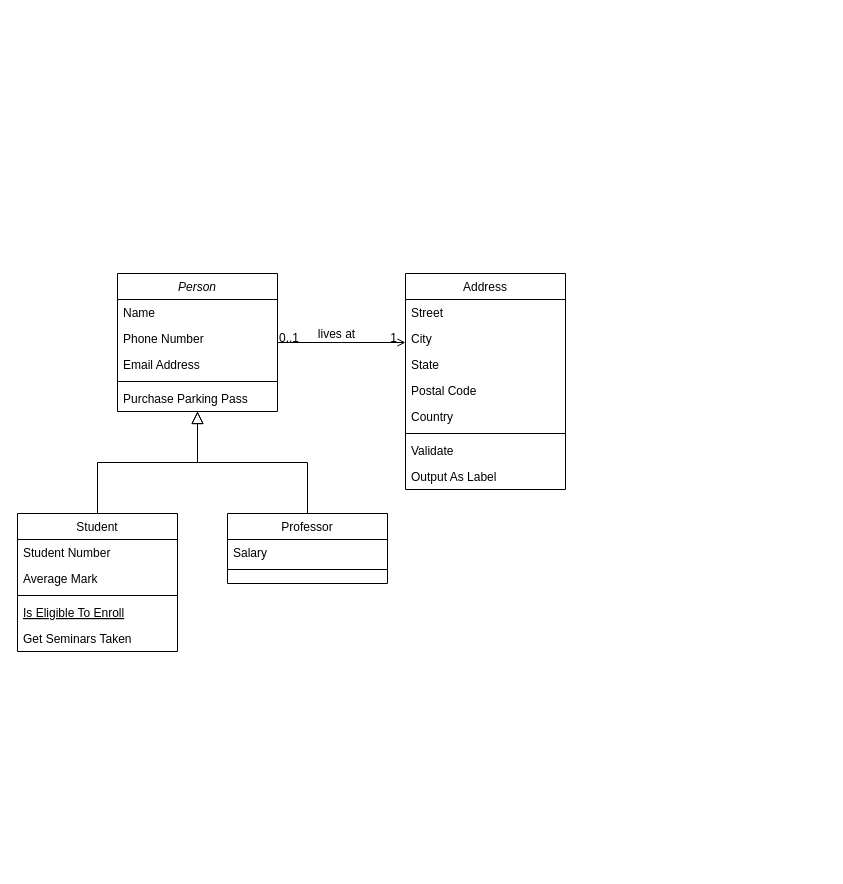
This is Diagrama sem nome.drawio from Ninguem2k/P1-Nextjs-React, a draw.io file, before an edit. Source tidied: cells renumbered, new cells numbered last; positions are measured from the earlier drawing's top-left corner, leaving out a move shared by most shapes. Both pictures are drawn from the tidied source at 100%, with x=0, y=0 at pixel (17, 273).
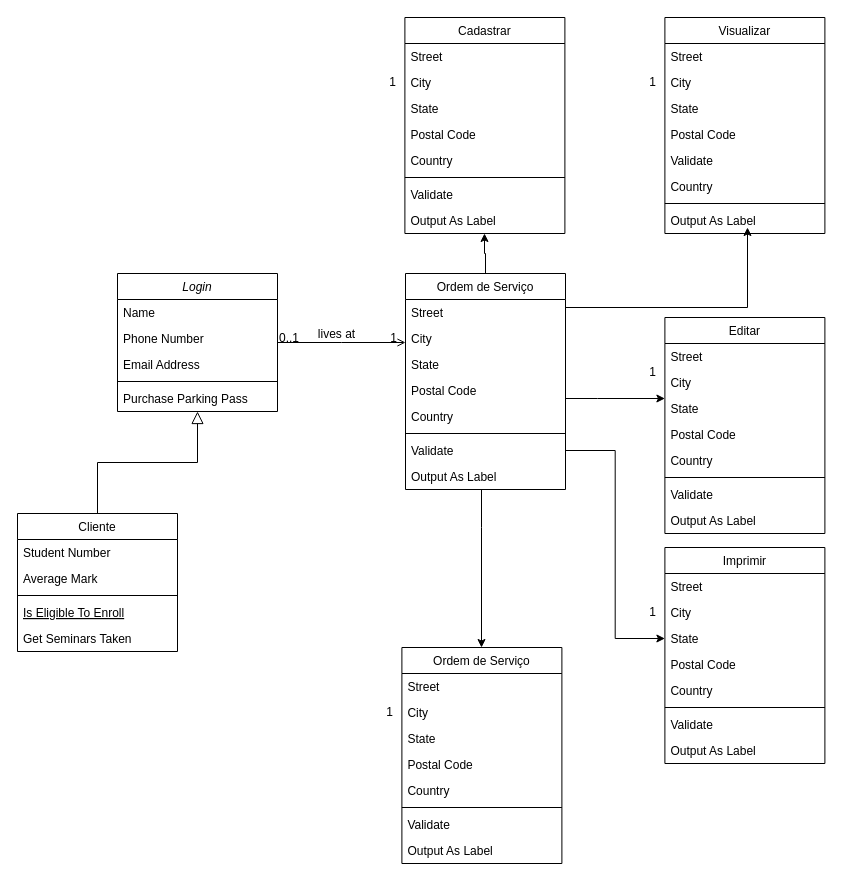
After the change.

The change refers to these unchanged cells:
```xml
<mxCell id="20" value="Street" style="text;align=left;verticalAlign=top;spacingLeft=4;spacingRight=4;overflow=hidden;points=[[0,0.5],[1,0.5]];portConstraint=eastwest;" parent="19" vertex="1">
  <mxGeometry y="26" width="160" height="26" as="geometry" />
</mxCell>
<mxCell id="23" value="Postal Code" style="text;align=left;verticalAlign=top;spacingLeft=4;spacingRight=4;overflow=hidden;points=[[0,0.5],[1,0.5]];portConstraint=eastwest;rounded=0;shadow=0;html=0;" parent="19" vertex="1">
  <mxGeometry y="104" width="160" height="26" as="geometry" />
</mxCell>
<mxCell id="26" value="Validate" style="text;align=left;verticalAlign=top;spacingLeft=4;spacingRight=4;overflow=hidden;points=[[0,0.5],[1,0.5]];portConstraint=eastwest;" parent="19" vertex="1">
  <mxGeometry y="164" width="160" height="26" as="geometry" />
</mxCell>
<mxCell id="27" value="Output As Label" style="text;align=left;verticalAlign=top;spacingLeft=4;spacingRight=4;overflow=hidden;points=[[0,0.5],[1,0.5]];portConstraint=eastwest;" parent="19" vertex="1">
  <mxGeometry y="190" width="160" height="26" as="geometry" />
</mxCell>
```

The edit, as a diff of the source:
```diff
@@
-    <mxCell id="2" value="Person" style="swimlane;fontStyle=2;align=center;verticalAlign=top;horizontal=1;startSize=26;rounded=0;shadow=0;strokeWidth=1;" parent="1" vertex="1">
+    <mxCell id="2" value="Login" style="swimlane;fontStyle=2;align=center;verticalAlign=top;horizontal=1;startSize=26;rounded=0;shadow=0;strokeWidth=1;" parent="1" vertex="1">
       <mxGeometry x="100" width="160" height="138" as="geometry" />
     </mxCell>
@@
-    <mxCell id="8" value="Student" style="swimlane;fontStyle=0;align=center;verticalAlign=top;horizontal=1;startSize=26;rounded=0;shadow=0;strokeWidth=1;" parent="1" vertex="1">
+    <mxCell id="8" value="Cliente" style="swimlane;fontStyle=0;align=center;verticalAlign=top;horizontal=1;startSize=26;rounded=0;shadow=0;strokeWidth=1;" parent="1" vertex="1">
       <mxGeometry y="240" width="160" height="138" as="geometry" />
     </mxCell>
@@
-    <mxCell id="15" value="Professor" style="swimlane;fontStyle=0;align=center;verticalAlign=top;horizontal=1;startSize=26;rounded=0;shadow=0;strokeWidth=1;" parent="1" vertex="1">
-      <mxGeometry x="210" y="240" width="160" height="70" as="geometry" />
-    </mxCell>
-    <mxCell id="16" value="Salary" style="text;align=left;verticalAlign=top;spacingLeft=4;spacingRight=4;overflow=hidden;" parent="15" vertex="1">
-      <mxGeometry y="26" width="160" height="26" as="geometry" />
-    </mxCell>
-    <mxCell id="17" style="line;html=1;strokeWidth=1;align=left;verticalAlign=middle;spacingTop=-1;spacingLeft=3;spacingRight=3;labelPosition=right;" parent="15" vertex="1">
-      <mxGeometry y="52" width="160" height="8" as="geometry" />
-    </mxCell>
-    <mxCell id="18" style="endArrow=block;endSize=10;endFill=0;shadow=0;strokeWidth=1;rounded=0;edgeStyle=elbowEdgeStyle;elbow=vertical;" parent="1" edge="1" source="15" target="2">
-      <mxGeometry relative="1" as="geometry" />
-    </mxCell>
+    <mxCell id="32" style="edgeStyle=orthogonalEdgeStyle;rounded=0;jettySize=auto;html=1;" parent="1" edge="1" source="19" target="71">
+      <mxGeometry relative="1" as="geometry">
+        <Array as="points">
+          <mxPoint x="468" y="-20" />
+          <mxPoint x="467" y="-20" />
+        </Array>
+      </mxGeometry>
+    </mxCell>
-    <mxCell id="19" value="Address" style="swimlane;fontStyle=0;align=center;verticalAlign=top;horizontal=1;startSize=26;rounded=0;shadow=0;strokeWidth=1;" parent="1" vertex="1">
+    <mxCell id="19" value="Ordem de Serviço" style="swimlane;fontStyle=0;align=center;verticalAlign=top;horizontal=1;startSize=26;rounded=0;shadow=0;strokeWidth=1;" parent="1" vertex="1">
       <mxGeometry x="388" width="160" height="216" as="geometry" />
     </mxCell>
@@
+    <mxCell id="33" value="Visualizar" style="swimlane;fontStyle=0;align=center;verticalAlign=top;horizontal=1;startSize=26;rounded=0;shadow=0;strokeWidth=1;" parent="1" vertex="1">
+      <mxGeometry x="647.4" y="-256" width="160" height="216" as="geometry" />
+    </mxCell>
+    <mxCell id="34" value="Street" style="text;align=left;verticalAlign=top;spacingLeft=4;spacingRight=4;overflow=hidden;" parent="33" vertex="1">
+      <mxGeometry y="26" width="160" height="26" as="geometry" />
+    </mxCell>
+    <mxCell id="35" value="City" style="text;align=left;verticalAlign=top;spacingLeft=4;spacingRight=4;overflow=hidden;rounded=0;shadow=0;html=0;" parent="33" vertex="1">
+      <mxGeometry y="52" width="160" height="26" as="geometry" />
+    </mxCell>
+    <mxCell id="36" value="State" style="text;align=left;verticalAlign=top;spacingLeft=4;spacingRight=4;overflow=hidden;rounded=0;shadow=0;html=0;" parent="33" vertex="1">
+      <mxGeometry y="78" width="160" height="26" as="geometry" />
+    </mxCell>
+    <mxCell id="37" value="Postal Code" style="text;align=left;verticalAlign=top;spacingLeft=4;spacingRight=4;overflow=hidden;rounded=0;shadow=0;html=0;" parent="33" vertex="1">
+      <mxGeometry y="104" width="160" height="26" as="geometry" />
+    </mxCell>
+    <mxCell id="38" value="Validate" style="text;align=left;verticalAlign=top;spacingLeft=4;spacingRight=4;overflow=hidden;" parent="33" vertex="1">
+      <mxGeometry y="130" width="160" height="26" as="geometry" />
+    </mxCell>
+    <mxCell id="39" value="Country" style="text;align=left;verticalAlign=top;spacingLeft=4;spacingRight=4;overflow=hidden;rounded=0;shadow=0;html=0;" parent="33" vertex="1">
+      <mxGeometry y="156" width="160" height="26" as="geometry" />
+    </mxCell>
+    <mxCell id="40" style="line;html=1;strokeWidth=1;align=left;verticalAlign=middle;spacingTop=-1;spacingLeft=3;spacingRight=3;labelPosition=right;" parent="33" vertex="1">
+      <mxGeometry y="182" width="160" height="8" as="geometry" />
+    </mxCell>
+    <mxCell id="41" value="Output As Label" style="text;align=left;verticalAlign=top;spacingLeft=4;spacingRight=4;overflow=hidden;" parent="33" vertex="1">
+      <mxGeometry y="190" width="160" height="26" as="geometry" />
+    </mxCell>
+    <mxCell id="42" value="1" style="align=right;verticalAlign=bottom;labelBackgroundColor=none;fontSize=12;" parent="1" vertex="1">
+      <mxGeometry x="640" y="-183" as="geometry" />
+    </mxCell>
+    <mxCell id="43" value="Editar" style="swimlane;fontStyle=0;align=center;verticalAlign=top;horizontal=1;startSize=26;rounded=0;shadow=0;strokeWidth=1;" parent="1" vertex="1">
+      <mxGeometry x="647.4" y="44" width="160" height="216" as="geometry" />
+    </mxCell>
+    <mxCell id="44" value="Street" style="text;align=left;verticalAlign=top;spacingLeft=4;spacingRight=4;overflow=hidden;" parent="43" vertex="1">
+      <mxGeometry y="26" width="160" height="26" as="geometry" />
+    </mxCell>
+    <mxCell id="45" value="City" style="text;align=left;verticalAlign=top;spacingLeft=4;spacingRight=4;overflow=hidden;rounded=0;shadow=0;html=0;" parent="43" vertex="1">
+      <mxGeometry y="52" width="160" height="26" as="geometry" />
+    </mxCell>
+    <mxCell id="46" value="State" style="text;align=left;verticalAlign=top;spacingLeft=4;spacingRight=4;overflow=hidden;points=[[0,0.5],[1,0.5]];portConstraint=eastwest;rounded=0;shadow=0;html=0;" parent="43" vertex="1">
+      <mxGeometry y="78" width="160" height="26" as="geometry" />
+    </mxCell>
+    <mxCell id="47" value="Postal Code" style="text;align=left;verticalAlign=top;spacingLeft=4;spacingRight=4;overflow=hidden;rounded=0;shadow=0;html=0;" parent="43" vertex="1">
+      <mxGeometry y="104" width="160" height="26" as="geometry" />
+    </mxCell>
+    <mxCell id="48" value="Country" style="text;align=left;verticalAlign=top;spacingLeft=4;spacingRight=4;overflow=hidden;rounded=0;shadow=0;html=0;" parent="43" vertex="1">
+      <mxGeometry y="130" width="160" height="26" as="geometry" />
+    </mxCell>
+    <mxCell id="49" style="line;html=1;strokeWidth=1;align=left;verticalAlign=middle;spacingTop=-1;spacingLeft=3;spacingRight=3;labelPosition=right;" parent="43" vertex="1">
+      <mxGeometry y="156" width="160" height="8" as="geometry" />
+    </mxCell>
+    <mxCell id="50" value="Validate" style="text;align=left;verticalAlign=top;spacingLeft=4;spacingRight=4;overflow=hidden;" parent="43" vertex="1">
+      <mxGeometry y="164" width="160" height="26" as="geometry" />
+    </mxCell>
+    <mxCell id="51" value="Output As Label" style="text;align=left;verticalAlign=top;spacingLeft=4;spacingRight=4;overflow=hidden;" parent="43" vertex="1">
+      <mxGeometry y="190" width="160" height="26" as="geometry" />
+    </mxCell>
+    <mxCell id="52" value="1" style="align=right;verticalAlign=bottom;labelBackgroundColor=none;fontSize=12;" parent="1" vertex="1">
+      <mxGeometry x="640" y="107" as="geometry" />
+    </mxCell>
+    <mxCell id="53" value="Imprimir" style="swimlane;fontStyle=0;align=center;verticalAlign=top;horizontal=1;startSize=26;rounded=0;shadow=0;strokeWidth=1;" parent="1" vertex="1">
+      <mxGeometry x="647.4" y="274" width="160" height="216" as="geometry" />
+    </mxCell>
+    <mxCell id="54" value="Street" style="text;align=left;verticalAlign=top;spacingLeft=4;spacingRight=4;overflow=hidden;" parent="53" vertex="1">
+      <mxGeometry y="26" width="160" height="26" as="geometry" />
+    </mxCell>
+    <mxCell id="55" value="City" style="text;align=left;verticalAlign=top;spacingLeft=4;spacingRight=4;overflow=hidden;rounded=0;shadow=0;html=0;" parent="53" vertex="1">
+      <mxGeometry y="52" width="160" height="26" as="geometry" />
+    </mxCell>
+    <mxCell id="56" value="State" style="text;align=left;verticalAlign=top;spacingLeft=4;spacingRight=4;overflow=hidden;points=[[0,0.5],[1,0.5]];portConstraint=eastwest;rounded=0;shadow=0;html=0;" parent="53" vertex="1">
+      <mxGeometry y="78" width="160" height="26" as="geometry" />
+    </mxCell>
+    <mxCell id="57" value="Postal Code" style="text;align=left;verticalAlign=top;spacingLeft=4;spacingRight=4;overflow=hidden;rounded=0;shadow=0;html=0;" parent="53" vertex="1">
+      <mxGeometry y="104" width="160" height="26" as="geometry" />
+    </mxCell>
+    <mxCell id="58" value="Country" style="text;align=left;verticalAlign=top;spacingLeft=4;spacingRight=4;overflow=hidden;rounded=0;shadow=0;html=0;" parent="53" vertex="1">
+      <mxGeometry y="130" width="160" height="26" as="geometry" />
+    </mxCell>
+    <mxCell id="59" style="line;html=1;strokeWidth=1;align=left;verticalAlign=middle;spacingTop=-1;spacingLeft=3;spacingRight=3;labelPosition=right;" parent="53" vertex="1">
+      <mxGeometry y="156" width="160" height="8" as="geometry" />
+    </mxCell>
+    <mxCell id="60" value="Validate" style="text;align=left;verticalAlign=top;spacingLeft=4;spacingRight=4;overflow=hidden;" parent="53" vertex="1">
+      <mxGeometry y="164" width="160" height="26" as="geometry" />
+    </mxCell>
+    <mxCell id="61" value="Output As Label" style="text;align=left;verticalAlign=top;spacingLeft=4;spacingRight=4;overflow=hidden;" parent="53" vertex="1">
+      <mxGeometry y="190" width="160" height="26" as="geometry" />
+    </mxCell>
+    <mxCell id="62" value="1" style="align=right;verticalAlign=bottom;labelBackgroundColor=none;fontSize=12;" parent="1" vertex="1">
+      <mxGeometry x="640" y="347" as="geometry" />
+    </mxCell>
+    <mxCell id="63" value="Cadastrar" style="swimlane;fontStyle=0;align=center;verticalAlign=top;horizontal=1;startSize=26;rounded=0;shadow=0;strokeWidth=1;" parent="1" vertex="1">
+      <mxGeometry x="387.4" y="-256" width="160" height="216" as="geometry" />
+    </mxCell>
+    <mxCell id="64" value="Street" style="text;align=left;verticalAlign=top;spacingLeft=4;spacingRight=4;overflow=hidden;" parent="63" vertex="1">
+      <mxGeometry y="26" width="160" height="26" as="geometry" />
+    </mxCell>
+    <mxCell id="65" value="City" style="text;align=left;verticalAlign=top;spacingLeft=4;spacingRight=4;overflow=hidden;rounded=0;shadow=0;html=0;" parent="63" vertex="1">
+      <mxGeometry y="52" width="160" height="26" as="geometry" />
+    </mxCell>
+    <mxCell id="66" value="State" style="text;align=left;verticalAlign=top;spacingLeft=4;spacingRight=4;overflow=hidden;rounded=0;shadow=0;html=0;" parent="63" vertex="1">
+      <mxGeometry y="78" width="160" height="26" as="geometry" />
+    </mxCell>
+    <mxCell id="67" value="Postal Code" style="text;align=left;verticalAlign=top;spacingLeft=4;spacingRight=4;overflow=hidden;rounded=0;shadow=0;html=0;" parent="63" vertex="1">
+      <mxGeometry y="104" width="160" height="26" as="geometry" />
+    </mxCell>
+    <mxCell id="68" value="Country" style="text;align=left;verticalAlign=top;spacingLeft=4;spacingRight=4;overflow=hidden;rounded=0;shadow=0;html=0;" parent="63" vertex="1">
+      <mxGeometry y="130" width="160" height="26" as="geometry" />
+    </mxCell>
+    <mxCell id="69" style="line;html=1;strokeWidth=1;align=left;verticalAlign=middle;spacingTop=-1;spacingLeft=3;spacingRight=3;labelPosition=right;" parent="63" vertex="1">
+      <mxGeometry y="156" width="160" height="8" as="geometry" />
+    </mxCell>
+    <mxCell id="70" value="Validate" style="text;align=left;verticalAlign=top;spacingLeft=4;spacingRight=4;overflow=hidden;" parent="63" vertex="1">
+      <mxGeometry y="164" width="160" height="26" as="geometry" />
+    </mxCell>
+    <mxCell id="71" value="Output As Label" style="text;align=left;verticalAlign=top;spacingLeft=4;spacingRight=4;overflow=hidden;points=[[0,0.5],[1,0.5]];portConstraint=eastwest;" parent="63" vertex="1">
+      <mxGeometry y="190" width="160" height="26" as="geometry" />
+    </mxCell>
+    <mxCell id="72" value="1" style="align=right;verticalAlign=bottom;labelBackgroundColor=none;fontSize=12;" parent="1" vertex="1">
+      <mxGeometry x="380" y="-183" as="geometry" />
+    </mxCell>
+    <mxCell id="73" value="Ordem de Serviço" style="swimlane;fontStyle=0;align=center;verticalAlign=top;horizontal=1;startSize=26;rounded=0;shadow=0;strokeWidth=1;" parent="1" vertex="1">
+      <mxGeometry x="384.4" y="374" width="160" height="216" as="geometry" />
+    </mxCell>
+    <mxCell id="74" value="Street" style="text;align=left;verticalAlign=top;spacingLeft=4;spacingRight=4;overflow=hidden;" parent="73" vertex="1">
+      <mxGeometry y="26" width="160" height="26" as="geometry" />
+    </mxCell>
+    <mxCell id="75" value="City" style="text;align=left;verticalAlign=top;spacingLeft=4;spacingRight=4;overflow=hidden;rounded=0;shadow=0;html=0;" parent="73" vertex="1">
+      <mxGeometry y="52" width="160" height="26" as="geometry" />
+    </mxCell>
+    <mxCell id="76" value="State" style="text;align=left;verticalAlign=top;spacingLeft=4;spacingRight=4;overflow=hidden;rounded=0;shadow=0;html=0;" parent="73" vertex="1">
+      <mxGeometry y="78" width="160" height="26" as="geometry" />
+    </mxCell>
+    <mxCell id="77" value="Postal Code" style="text;align=left;verticalAlign=top;spacingLeft=4;spacingRight=4;overflow=hidden;rounded=0;shadow=0;html=0;" parent="73" vertex="1">
+      <mxGeometry y="104" width="160" height="26" as="geometry" />
+    </mxCell>
+    <mxCell id="78" value="Country" style="text;align=left;verticalAlign=top;spacingLeft=4;spacingRight=4;overflow=hidden;rounded=0;shadow=0;html=0;" parent="73" vertex="1">
+      <mxGeometry y="130" width="160" height="26" as="geometry" />
+    </mxCell>
+    <mxCell id="79" style="line;html=1;strokeWidth=1;align=left;verticalAlign=middle;spacingTop=-1;spacingLeft=3;spacingRight=3;labelPosition=right;" parent="73" vertex="1">
+      <mxGeometry y="156" width="160" height="8" as="geometry" />
+    </mxCell>
+    <mxCell id="80" value="Validate" style="text;align=left;verticalAlign=top;spacingLeft=4;spacingRight=4;overflow=hidden;" parent="73" vertex="1">
+      <mxGeometry y="164" width="160" height="26" as="geometry" />
+    </mxCell>
+    <mxCell id="81" value="Output As Label" style="text;align=left;verticalAlign=top;spacingLeft=4;spacingRight=4;overflow=hidden;" parent="73" vertex="1">
+      <mxGeometry y="190" width="160" height="26" as="geometry" />
+    </mxCell>
+    <mxCell id="82" value="1" style="align=right;verticalAlign=bottom;labelBackgroundColor=none;fontSize=12;" parent="1" vertex="1">
+      <mxGeometry x="377" y="447" as="geometry" />
+    </mxCell>
+    <mxCell id="83" style="edgeStyle=orthogonalEdgeStyle;rounded=0;jettySize=auto;html=1;" parent="1" edge="1" source="23" target="46">
+      <mxGeometry relative="1" as="geometry">
+        <Array as="points">
+          <mxPoint x="580" y="125" />
+          <mxPoint x="580" y="125" />
+        </Array>
+      </mxGeometry>
+    </mxCell>
+    <mxCell id="84" style="edgeStyle=orthogonalEdgeStyle;rounded=0;jettySize=auto;html=1;entryX=0;entryY=0.5;entryDx=0;entryDy=0;" parent="1" edge="1" source="26" target="56">
+      <mxGeometry relative="1" as="geometry" />
+    </mxCell>
+    <mxCell id="85" style="edgeStyle=orthogonalEdgeStyle;rounded=0;jettySize=auto;html=1;" parent="1" edge="1" source="20">
+      <mxGeometry relative="1" as="geometry">
+        <mxPoint x="730" y="-46" as="targetPoint" />
+        <Array as="points">
+          <mxPoint x="730" y="34" />
+        </Array>
+      </mxGeometry>
+    </mxCell>
+    <mxCell id="86" style="edgeStyle=orthogonalEdgeStyle;rounded=0;jettySize=auto;html=1;" parent="1" edge="1" source="27" target="73">
+      <mxGeometry relative="1" as="geometry">
+        <Array as="points">
+          <mxPoint x="464" y="254" />
+          <mxPoint x="464" y="254" />
+        </Array>
+      </mxGeometry>
+    </mxCell>
```
